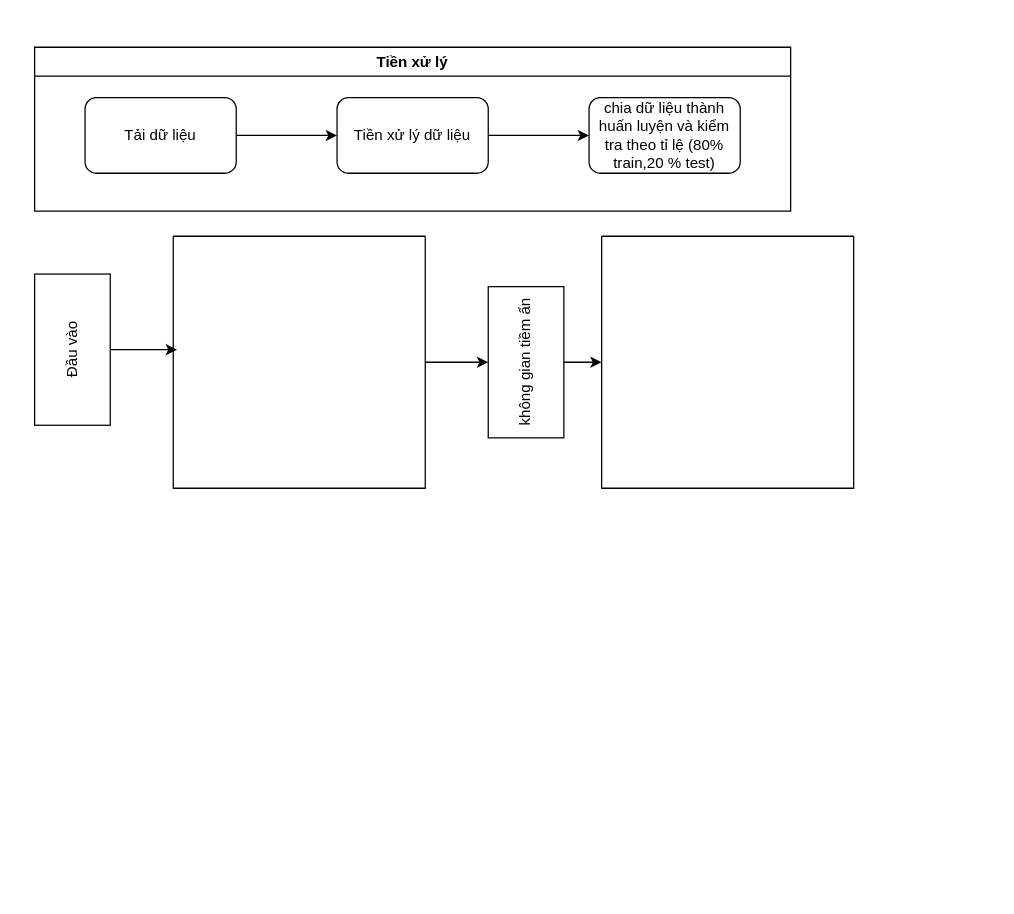
Above: Untitled Diagram.drawio in dlbhoang/crawl_shoppe (draw.io), before the change. Source tidied: cells renumbered, new cells numbered last; positions are measured from the earlier drawing's top-left corner, leaving out a move shared by most shapes. Both pictures are drawn from the tidied source at 126%, with x=0, y=0 at pixel (-4, 47).
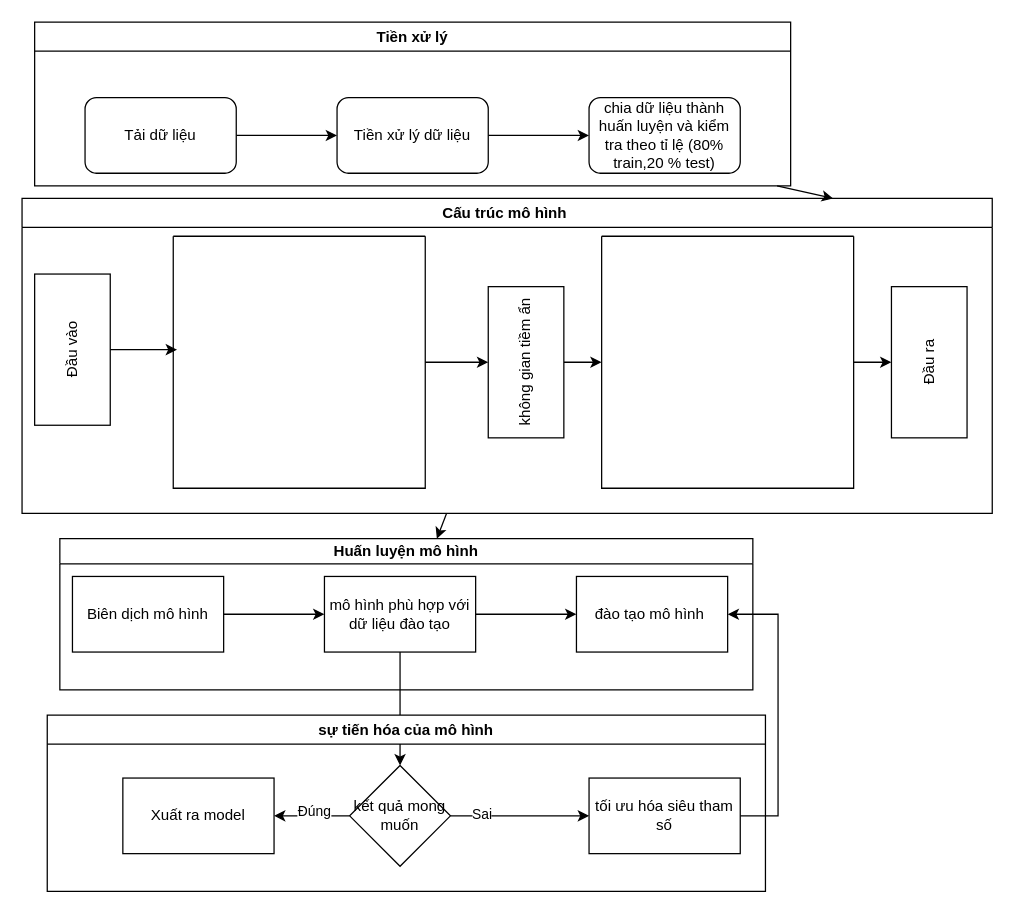
Above is the later version.

The change refers to these unchanged cells:
```xml
<mxCell id="14" style="swimlane;startSize=0;" parent="1" vertex="1">
  <mxGeometry x="480" y="150" width="200" height="200" as="geometry" />
</mxCell>
```

Change to the diagram source:
```diff
@@
     <mxCell id="7" value="Tiền xử lý" style="swimlane;whiteSpace=wrap;html=1;" parent="1" vertex="1">
-      <mxGeometry x="30" width="600" height="130" as="geometry" />
+      <mxGeometry x="30" y="-20" width="600" height="130" as="geometry" />
     </mxCell>
@@
+    <mxCell id="15" style="edgeStyle=orthogonalEdgeStyle;rounded=0;jettySize=auto;html=1;" parent="1" edge="1" source="14" target="16">
+      <mxGeometry relative="1" as="geometry" />
+    </mxCell>
@@
+    <mxCell id="16" value="Đầu ra" style="rounded=0;whiteSpace=wrap;html=1;rotation=-90;" parent="1" vertex="1">
+      <mxGeometry x="680" y="220" width="120" height="60" as="geometry" />
+    </mxCell>
+    <mxCell id="17" style="edgeStyle=orthogonalEdgeStyle;rounded=0;jettySize=auto;html=1;" parent="1" edge="1" source="18" target="21">
+      <mxGeometry relative="1" as="geometry" />
+    </mxCell>
+    <mxCell id="18" value="Biên dịch mô hình" style="rounded=0;whiteSpace=wrap;html=1;" parent="1" vertex="1">
+      <mxGeometry x="60" y="420" width="120" height="60" as="geometry" />
+    </mxCell>
+    <mxCell id="19" style="edgeStyle=orthogonalEdgeStyle;rounded=0;jettySize=auto;html=1;" parent="1" edge="1" source="21" target="22">
+      <mxGeometry relative="1" as="geometry" />
+    </mxCell>
+    <mxCell id="20" style="edgeStyle=orthogonalEdgeStyle;rounded=0;jettySize=auto;html=1;" parent="1" edge="1" source="21" target="29">
+      <mxGeometry relative="1" as="geometry" />
+    </mxCell>
+    <mxCell id="21" value="mô hình phù hợp với dữ liệu đào tạo" style="rounded=0;whiteSpace=wrap;html=1;" parent="1" vertex="1">
+      <mxGeometry x="260" y="420" width="120" height="60" as="geometry" />
+    </mxCell>
+    <mxCell id="22" value="đào tạo mô hình&amp;nbsp;" style="rounded=0;whiteSpace=wrap;html=1;" parent="1" vertex="1">
+      <mxGeometry x="460" y="420" width="120" height="60" as="geometry" />
+    </mxCell>
+    <mxCell id="23" style="edgeStyle=entityRelationEdgeStyle;rounded=0;jettySize=auto;html=1;entryX=1;entryY=0.5;entryDx=0;entryDy=0;" parent="1" edge="1" source="24" target="22">
+      <mxGeometry relative="1" as="geometry" />
+    </mxCell>
+    <mxCell id="24" value="tối ưu hóa siêu tham số" style="rounded=0;whiteSpace=wrap;html=1;" parent="1" vertex="1">
+      <mxGeometry x="470" y="580" width="120" height="60" as="geometry" />
+    </mxCell>
+    <mxCell id="25" style="edgeStyle=orthogonalEdgeStyle;rounded=0;jettySize=auto;html=1;" parent="1" edge="1" source="29" target="24">
+      <mxGeometry relative="1" as="geometry" />
+    </mxCell>
+    <mxCell id="26" value="Sai" style="edgeLabel;html=1;align=center;verticalAlign=middle;" parent="25" vertex="1">
+      <mxGeometry x="-0.56" y="2" relative="1" as="geometry" />
+    </mxCell>
+    <mxCell id="27" style="edgeStyle=orthogonalEdgeStyle;rounded=0;jettySize=auto;html=1;" parent="1" edge="1" source="29" target="30">
+      <mxGeometry relative="1" as="geometry" />
+    </mxCell>
+    <mxCell id="28" value="Đúng" style="edgeLabel;html=1;align=center;verticalAlign=middle;" parent="27" vertex="1">
+      <mxGeometry x="-0.03" y="-4" relative="1" as="geometry" />
+    </mxCell>
+    <mxCell id="29" value="kết quả mong muốn" style="rhombus;whiteSpace=wrap;html=1;" parent="1" vertex="1">
+      <mxGeometry x="280" y="570" width="80" height="80" as="geometry" />
+    </mxCell>
+    <mxCell id="30" value="Xuất ra model" style="whiteSpace=wrap;html=1;" parent="1" vertex="1">
+      <mxGeometry x="100" y="580" width="120" height="60" as="geometry" />
+    </mxCell>
+    <mxCell id="31" value="Huấn luyện mô hình" style="swimlane;whiteSpace=wrap;html=1;startSize=20;" parent="1" vertex="1">
+      <mxGeometry x="50" y="390" width="550" height="120" as="geometry" />
+    </mxCell>
+    <mxCell id="32" value="sự tiến hóa của mô hình" style="swimlane;whiteSpace=wrap;html=1;" parent="1" vertex="1">
+      <mxGeometry x="40" y="530" width="570" height="140" as="geometry" />
+    </mxCell>
+    <mxCell id="33" style="rounded=0;jettySize=auto;html=1;entryX=0.544;entryY=0;entryDx=0;entryDy=0;entryPerimeter=0;" parent="1" edge="1" source="34" target="31">
+      <mxGeometry relative="1" as="geometry" />
+    </mxCell>
+    <mxCell id="34" value="Cấu trúc mô hình&amp;nbsp;" style="swimlane;whiteSpace=wrap;html=1;" parent="1" vertex="1">
+      <mxGeometry x="20" y="120" width="770" height="250" as="geometry" />
+    </mxCell>
+    <mxCell id="35" style="rounded=0;jettySize=auto;html=1;entryX=0.836;entryY=0;entryDx=0;entryDy=0;entryPerimeter=0;elbow=vertical;" parent="1" edge="1" source="7" target="34">
+      <mxGeometry relative="1" as="geometry" />
+    </mxCell>
```
